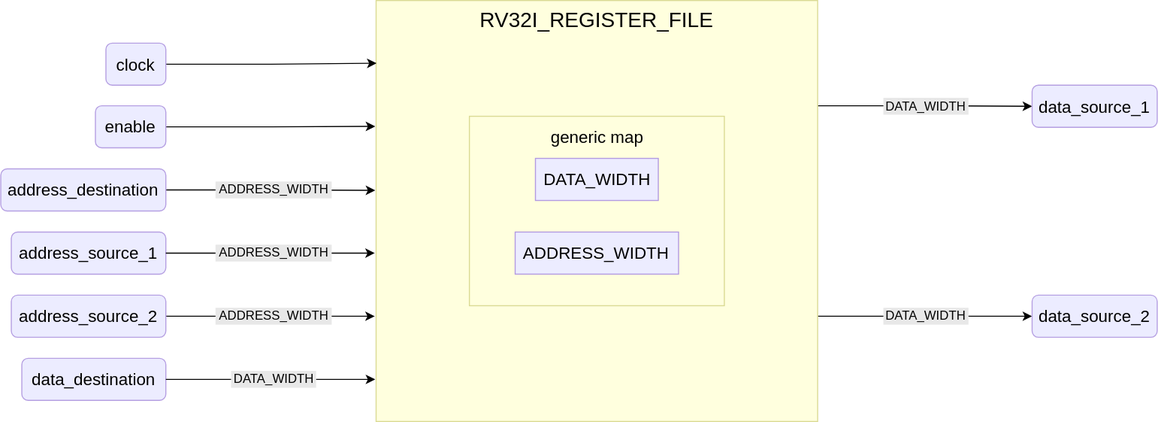
The draw.io diagram docs/public/images/reference/report_components/rv32i_register_file.drawio.svg in insper-riscv/core, before a commit. Source tidied: cells renumbered, new cells last; positions are measured from the earlier drawing's top-left corner, leaving out a move shared by most shapes.
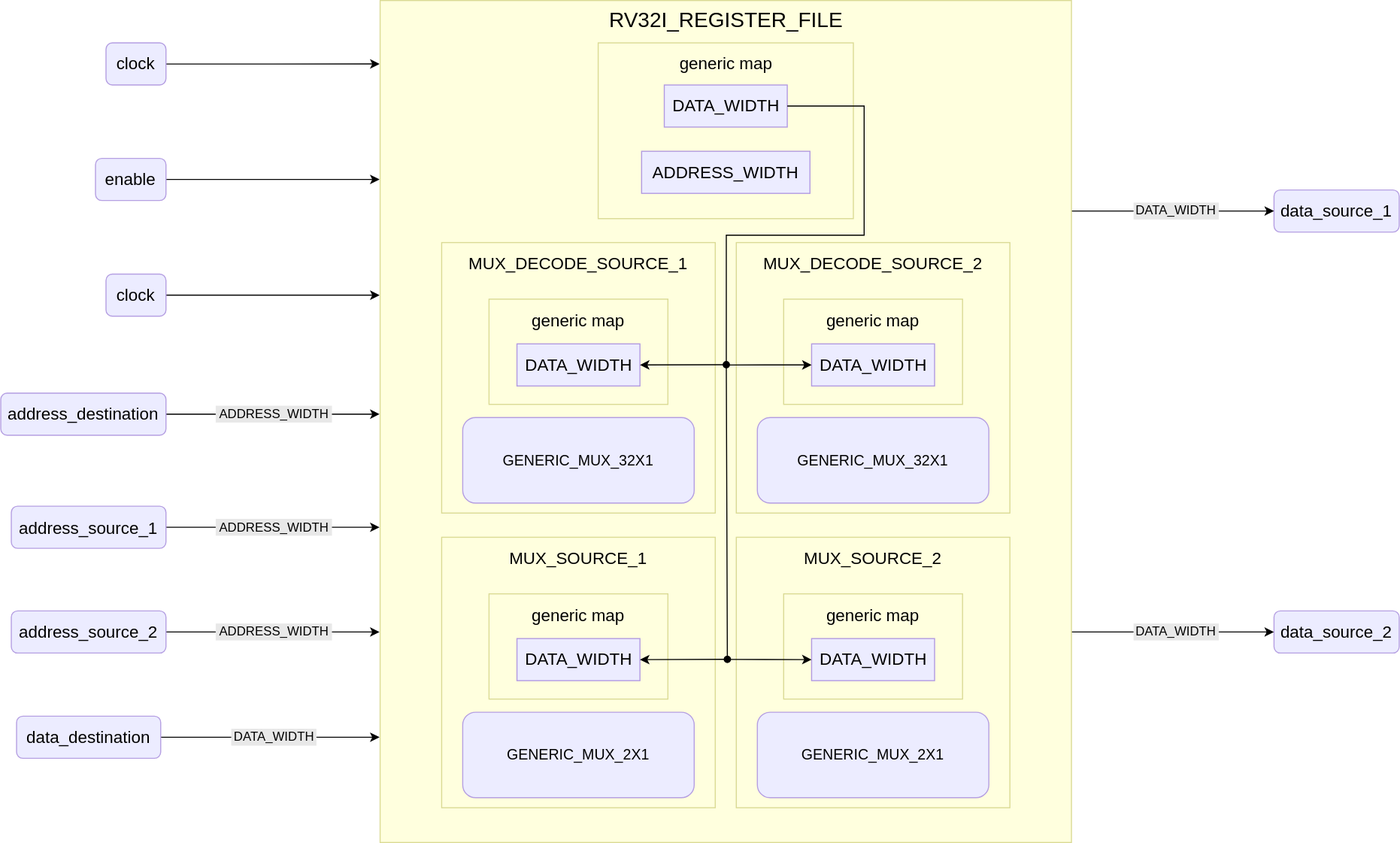
The same file after the commit.

Diff of the diagram source:
```diff
@@ -2,83 +2,179 @@
   <root>
     <mxCell id="0" />
     <mxCell id="1" parent="0" />
-    <mxCell id="2" style="edgeStyle=orthogonalEdgeStyle;rounded=0;jettySize=auto;html=1;entryX=0;entryY=0.5;entryDx=0;entryDy=0;exitX=1;exitY=0.25;exitDx=0;exitDy=0;" parent="1" edge="1" source="4" target="11">
-      <mxGeometry relative="1" as="geometry" />
-    </mxCell>
-    <mxCell id="3" style="edgeStyle=orthogonalEdgeStyle;rounded=0;jettySize=auto;html=1;entryX=0;entryY=0.5;entryDx=0;entryDy=0;exitX=1;exitY=0.75;exitDx=0;exitDy=0;" parent="1" edge="1" source="4" target="26">
-      <mxGeometry relative="1" as="geometry" />
-    </mxCell>
-    <mxCell id="4" value="RV32I_REGISTER_FILE" style="rounded=0;whiteSpace=wrap;html=1;fillColor=#ffffde;strokeColor=#dada94;verticalAlign=top;fontSize=20;" parent="1" vertex="1">
-      <mxGeometry x="357" width="420" height="400" as="geometry" />
-    </mxCell>
-    <mxCell id="5" value="&lt;span style=&quot;font-size: 16px;&quot;&gt;generic map&lt;/span&gt;" style="rounded=0;whiteSpace=wrap;html=1;fillColor=#ffffde;strokeColor=#dada94;verticalAlign=top;fontSize=20;" parent="1" vertex="1">
-      <mxGeometry x="445.8" y="110" width="242.5" height="180" as="geometry" />
-    </mxCell>
-    <mxCell id="6" value="DATA_WIDTH" style="rounded=0;whiteSpace=wrap;html=1;fillColor=#ececff;strokeColor=#b29ae1;fontSize=16;" parent="1" vertex="1">
-      <mxGeometry x="508.6" y="150" width="116.9" height="40" as="geometry" />
-    </mxCell>
-    <mxCell id="7" style="edgeStyle=orthogonalEdgeStyle;rounded=0;jettySize=auto;html=1;entryX=0.001;entryY=0.149;entryDx=0;entryDy=0;strokeWidth=1;entryPerimeter=0;" parent="1" edge="1" source="8" target="4">
-      <mxGeometry relative="1" as="geometry" />
-    </mxCell>
+    <mxCell id="28" style="edgeStyle=orthogonalEdgeStyle;rounded=0;jettySize=auto;html=1;" parent="1" edge="1" source="8">
+      <mxGeometry relative="1" as="geometry">
+        <mxPoint x="250" y="860.2" as="targetPoint" />
+      </mxGeometry>
+    </mxCell>
     <mxCell id="8" value="clock" style="rounded=1;whiteSpace=wrap;html=1;fillColor=#ececff;strokeColor=#b59fe2;fontSize=16;" parent="1" vertex="1">
-      <mxGeometry x="100" y="40.5" width="57" height="40" as="geometry" />
+      <mxGeometry x="-10" y="840.2" width="57" height="40" as="geometry" />
     </mxCell>
-    <mxCell id="9" style="edgeStyle=orthogonalEdgeStyle;rounded=0;jettySize=auto;html=1;entryX=-0.002;entryY=0.299;entryDx=0;entryDy=0;entryPerimeter=0;" parent="1" edge="1" source="10" target="4">
-      <mxGeometry relative="1" as="geometry" />
-    </mxCell>
+    <mxCell id="29" style="edgeStyle=orthogonalEdgeStyle;rounded=0;jettySize=auto;html=1;" parent="1" edge="1" source="10">
+      <mxGeometry relative="1" as="geometry">
+        <mxPoint x="250" y="970" as="targetPoint" />
+      </mxGeometry>
+    </mxCell>
     <mxCell id="10" value="enable" style="rounded=1;whiteSpace=wrap;html=1;fillColor=#ececff;strokeColor=#b59fe2;fontSize=16;" parent="1" vertex="1">
-      <mxGeometry x="90" y="100" width="67" height="40" as="geometry" />
+      <mxGeometry x="-20" y="950" width="67" height="40" as="geometry" />
     </mxCell>
     <mxCell id="11" value="data_source_1" style="rounded=1;whiteSpace=wrap;html=1;fillColor=#ececff;strokeColor=#b59fe2;fontSize=16;" parent="1" vertex="1">
-      <mxGeometry x="981" y="80.5" width="119" height="40" as="geometry" />
+      <mxGeometry x="1100" y="980" width="119" height="40" as="geometry" />
     </mxCell>
-    <mxCell id="12" value="DATA_WIDTH" style="rounded=0;whiteSpace=wrap;html=1;fillColor=#e8e8e8;strokeColor=#e8e8e8;" parent="1" vertex="1">
-      <mxGeometry x="840" y="93" width="80" height="15" as="geometry" />
-    </mxCell>
-    <mxCell id="13" style="edgeStyle=orthogonalEdgeStyle;rounded=0;jettySize=auto;html=1;entryX=-0.002;entryY=0.451;entryDx=0;entryDy=0;entryPerimeter=0;" parent="1" edge="1" source="14" target="4">
-      <mxGeometry relative="1" as="geometry" />
-    </mxCell>
+    <mxCell id="30" style="edgeStyle=orthogonalEdgeStyle;rounded=0;jettySize=auto;html=1;" parent="1" edge="1" source="14">
+      <mxGeometry relative="1" as="geometry">
+        <mxPoint x="250" y="1193" as="targetPoint" />
+      </mxGeometry>
+    </mxCell>
     <mxCell id="14" value="address_destination" style="rounded=1;whiteSpace=wrap;html=1;fillColor=#ececff;strokeColor=#b59fe2;fontSize=16;" parent="1" vertex="1">
-      <mxGeometry y="160" width="157" height="40" as="geometry" />
+      <mxGeometry x="-110" y="1173" width="157" height="40" as="geometry" />
     </mxCell>
-    <mxCell id="15" value="ADDRESS_WIDTH" style="rounded=0;whiteSpace=wrap;html=1;fillColor=#ececff;strokeColor=#b29ae1;fontSize=16;" parent="1" vertex="1">
-      <mxGeometry x="489.3" y="220" width="155.4" height="40" as="geometry" />
-    </mxCell>
+    <mxCell id="31" style="edgeStyle=orthogonalEdgeStyle;rounded=0;jettySize=auto;html=1;" parent="1" edge="1" source="16">
+      <mxGeometry relative="1" as="geometry">
+        <mxPoint x="250" y="1300.5" as="targetPoint" />
+      </mxGeometry>
+    </mxCell>
     <mxCell id="16" value="address_source_1" style="rounded=1;whiteSpace=wrap;html=1;fillColor=#ececff;strokeColor=#b59fe2;fontSize=16;" parent="1" vertex="1">
-      <mxGeometry x="10" y="220" width="147" height="40" as="geometry" />
+      <mxGeometry x="-100" y="1280.5" width="147" height="40" as="geometry" />
     </mxCell>
-    <mxCell id="17" style="edgeStyle=orthogonalEdgeStyle;rounded=0;jettySize=auto;html=1;entryX=-0.003;entryY=0.6;entryDx=0;entryDy=0;entryPerimeter=0;" parent="1" edge="1" source="16" target="4">
-      <mxGeometry relative="1" as="geometry" />
-    </mxCell>
-    <mxCell id="18" style="edgeStyle=orthogonalEdgeStyle;rounded=0;jettySize=auto;html=1;entryX=-0.003;entryY=0.75;entryDx=0;entryDy=0;entryPerimeter=0;" parent="1" edge="1" source="19" target="4">
-      <mxGeometry relative="1" as="geometry" />
-    </mxCell>
+    <mxCell id="32" style="edgeStyle=orthogonalEdgeStyle;rounded=0;jettySize=auto;html=1;" parent="1" edge="1" source="19">
+      <mxGeometry relative="1" as="geometry">
+        <mxPoint x="250" y="1400" as="targetPoint" />
+      </mxGeometry>
+    </mxCell>
     <mxCell id="19" value="address_source_2" style="rounded=1;whiteSpace=wrap;html=1;fillColor=#ececff;strokeColor=#b59fe2;fontSize=16;" parent="1" vertex="1">
-      <mxGeometry x="10" y="280" width="147" height="40" as="geometry" />
+      <mxGeometry x="-100" y="1380" width="147" height="40" as="geometry" />
     </mxCell>
+    <mxCell id="33" style="edgeStyle=orthogonalEdgeStyle;rounded=0;jettySize=auto;html=1;" parent="1" edge="1" source="20">
+      <mxGeometry relative="1" as="geometry">
+        <mxPoint x="250" y="1500" as="targetPoint" />
+      </mxGeometry>
+    </mxCell>
     <mxCell id="20" value="data_destination" style="rounded=1;whiteSpace=wrap;html=1;fillColor=#ececff;strokeColor=#b59fe2;fontSize=16;" parent="1" vertex="1">
-      <mxGeometry x="20" y="340" width="137" height="40" as="geometry" />
+      <mxGeometry x="-95" y="1480" width="137" height="40" as="geometry" />
     </mxCell>
-    <mxCell id="21" style="edgeStyle=orthogonalEdgeStyle;rounded=0;jettySize=auto;html=1;entryX=-0.002;entryY=0.9;entryDx=0;entryDy=0;entryPerimeter=0;" parent="1" edge="1" source="20" target="4">
-      <mxGeometry relative="1" as="geometry" />
-    </mxCell>
+    <mxCell id="26" value="data_source_2" style="rounded=1;whiteSpace=wrap;html=1;fillColor=#ececff;strokeColor=#b59fe2;fontSize=16;" parent="1" vertex="1">
+      <mxGeometry x="1100" y="1380" width="119" height="40" as="geometry" />
+    </mxCell>
+    <mxCell id="34" style="edgeStyle=orthogonalEdgeStyle;rounded=0;jettySize=auto;html=1;" parent="1" edge="1" source="35">
+      <mxGeometry relative="1" as="geometry">
+        <mxPoint x="250" y="1080" as="targetPoint" />
+      </mxGeometry>
+    </mxCell>
+    <mxCell id="35" value="clock" style="rounded=1;whiteSpace=wrap;html=1;fillColor=#ececff;strokeColor=#b59fe2;fontSize=16;" parent="1" vertex="1">
+      <mxGeometry x="-10" y="1060" width="57" height="40" as="geometry" />
+    </mxCell>
     <mxCell id="22" value="DATA_WIDTH" style="rounded=0;whiteSpace=wrap;html=1;fillColor=#e8e8e8;strokeColor=#e8e8e8;" parent="1" vertex="1">
-      <mxGeometry x="219.5" y="352.5" width="80" height="15" as="geometry" />
+      <mxGeometry x="109.5" y="1492.5" width="80" height="15" as="geometry" />
     </mxCell>
     <mxCell id="23" value="ADDRESS_WIDTH" style="rounded=0;whiteSpace=wrap;html=1;fillColor=#e8e8e8;strokeColor=#e8e8e8;" parent="1" vertex="1">
-      <mxGeometry x="204.8" y="292.5" width="109.5" height="15" as="geometry" />
+      <mxGeometry x="94.8" y="1392.5" width="109.5" height="15" as="geometry" />
     </mxCell>
     <mxCell id="24" value="ADDRESS_WIDTH" style="rounded=0;whiteSpace=wrap;html=1;fillColor=#e8e8e8;strokeColor=#e8e8e8;" parent="1" vertex="1">
-      <mxGeometry x="204.8" y="232.5" width="109.5" height="15" as="geometry" />
+      <mxGeometry x="94.8" y="1293" width="109.5" height="15" as="geometry" />
     </mxCell>
     <mxCell id="25" value="ADDRESS_WIDTH" style="rounded=0;whiteSpace=wrap;html=1;fillColor=#e8e8e8;strokeColor=#e8e8e8;" parent="1" vertex="1">
-      <mxGeometry x="204.8" y="172.5" width="109.5" height="15" as="geometry" />
+      <mxGeometry x="94.8" y="1185.5" width="109.5" height="15" as="geometry" />
     </mxCell>
-    <mxCell id="26" value="data_source_2" style="rounded=1;whiteSpace=wrap;html=1;fillColor=#ececff;strokeColor=#b59fe2;fontSize=16;" parent="1" vertex="1">
-      <mxGeometry x="981" y="280" width="119" height="40" as="geometry" />
-    </mxCell>
+    <mxCell id="2" style="edgeStyle=orthogonalEdgeStyle;rounded=0;jettySize=auto;html=1;exitX=1;exitY=0.25;exitDx=0;exitDy=0;entryX=0;entryY=0.5;entryDx=0;entryDy=0;" parent="1" edge="1" source="4" target="11">
+      <mxGeometry relative="1" as="geometry" />
+    </mxCell>
+    <mxCell id="3" style="edgeStyle=orthogonalEdgeStyle;rounded=0;jettySize=auto;html=1;exitX=1;exitY=0.75;exitDx=0;exitDy=0;entryX=0;entryY=0.5;entryDx=0;entryDy=0;" parent="1" edge="1" source="4" target="26">
+      <mxGeometry relative="1" as="geometry" />
+    </mxCell>
+    <mxCell id="4" value="RV32I_REGISTER_FILE" style="rounded=0;whiteSpace=wrap;html=1;fillColor=#ffffde;strokeColor=#dada94;verticalAlign=top;fontSize=20;" parent="1" vertex="1">
+      <mxGeometry x="250.5" y="800" width="657" height="800" as="geometry" />
+    </mxCell>
+    <mxCell id="36" value="&lt;span style=&quot;font-size: 16px;&quot;&gt;generic map&lt;/span&gt;" style="rounded=0;whiteSpace=wrap;html=1;fillColor=#ffffde;strokeColor=#dada94;verticalAlign=top;fontSize=20;" parent="1" vertex="1">
+      <mxGeometry x="457.8" y="840.2" width="242.5" height="167" as="geometry" />
+    </mxCell>
+    <mxCell id="37" value="DATA_WIDTH" style="rounded=0;whiteSpace=wrap;html=1;fillColor=#ececff;strokeColor=#b29ae1;fontSize=16;" parent="1" vertex="1">
+      <mxGeometry x="520.6" y="880.2" width="116.9" height="40" as="geometry" />
+    </mxCell>
+    <mxCell id="15" value="ADDRESS_WIDTH" style="rounded=0;whiteSpace=wrap;html=1;fillColor=#ececff;strokeColor=#b29ae1;fontSize=16;" parent="1" vertex="1">
+      <mxGeometry x="499" y="943.2" width="160" height="40" as="geometry" />
+    </mxCell>
+    <mxCell id="38" value="&lt;span style=&quot;font-size: 16px;&quot;&gt;MUX_DECODE_SOURCE_1&lt;/span&gt;" style="rounded=0;whiteSpace=wrap;html=1;fillColor=#ffffde;strokeColor=#dada94;verticalAlign=top;fontSize=20;" parent="1" vertex="1">
+      <mxGeometry x="309" y="1030" width="260" height="257" as="geometry" />
+    </mxCell>
+    <mxCell id="39" value="GENERIC_MUX_32X1" style="rounded=1;whiteSpace=wrap;html=1;fillColor=#ececff;strokeColor=#b59fe2;fontSize=14;" parent="1" vertex="1">
+      <mxGeometry x="329" y="1196.2" width="220" height="81.2" as="geometry" />
+    </mxCell>
+    <mxCell id="40" value="&lt;span style=&quot;font-size: 16px;&quot;&gt;generic map&lt;/span&gt;" style="rounded=0;whiteSpace=wrap;html=1;fillColor=#ffffde;strokeColor=#dada94;verticalAlign=top;fontSize=20;" parent="1" vertex="1">
+      <mxGeometry x="354" y="1083.8" width="170" height="100" as="geometry" />
+    </mxCell>
+    <mxCell id="41" value="DATA_WIDTH" style="rounded=0;whiteSpace=wrap;html=1;fillColor=#ececff;strokeColor=#b29ae1;fontSize=16;" parent="1" vertex="1">
+      <mxGeometry x="380.6" y="1126.2" width="116.9" height="40" as="geometry" />
+    </mxCell>
+    <mxCell id="42" value="&lt;span style=&quot;font-size: 16px;&quot;&gt;MUX_DECODE_SOURCE_2&lt;/span&gt;" style="rounded=0;whiteSpace=wrap;html=1;fillColor=#ffffde;strokeColor=#dada94;verticalAlign=top;fontSize=20;" parent="1" vertex="1">
+      <mxGeometry x="589" y="1030" width="260" height="257" as="geometry" />
+    </mxCell>
+    <mxCell id="43" value="GENERIC_MUX_32X1" style="rounded=1;whiteSpace=wrap;html=1;fillColor=#ececff;strokeColor=#b59fe2;fontSize=14;" parent="1" vertex="1">
+      <mxGeometry x="609" y="1196.2" width="220" height="81.2" as="geometry" />
+    </mxCell>
+    <mxCell id="44" value="&lt;span style=&quot;font-size: 16px;&quot;&gt;generic map&lt;/span&gt;" style="rounded=0;whiteSpace=wrap;html=1;fillColor=#ffffde;strokeColor=#dada94;verticalAlign=top;fontSize=20;" parent="1" vertex="1">
+      <mxGeometry x="634" y="1083.8" width="170" height="100" as="geometry" />
+    </mxCell>
+    <mxCell id="45" value="DATA_WIDTH" style="rounded=0;whiteSpace=wrap;html=1;fillColor=#ececff;strokeColor=#b29ae1;fontSize=16;" parent="1" vertex="1">
+      <mxGeometry x="660.6" y="1126.2" width="116.9" height="40" as="geometry" />
+    </mxCell>
+    <mxCell id="46" value="&lt;span style=&quot;font-size: 16px;&quot;&gt;MUX_SOURCE_1&lt;/span&gt;" style="rounded=0;whiteSpace=wrap;html=1;fillColor=#ffffde;strokeColor=#dada94;verticalAlign=top;fontSize=20;" parent="1" vertex="1">
+      <mxGeometry x="309" y="1310" width="260" height="257" as="geometry" />
+    </mxCell>
+    <mxCell id="47" value="GENERIC_MUX_2X1" style="rounded=1;whiteSpace=wrap;html=1;fillColor=#ececff;strokeColor=#b59fe2;fontSize=14;" parent="1" vertex="1">
+      <mxGeometry x="329" y="1476.2" width="220" height="81.2" as="geometry" />
+    </mxCell>
+    <mxCell id="48" value="&lt;span style=&quot;font-size: 16px;&quot;&gt;generic map&lt;/span&gt;" style="rounded=0;whiteSpace=wrap;html=1;fillColor=#ffffde;strokeColor=#dada94;verticalAlign=top;fontSize=20;" parent="1" vertex="1">
+      <mxGeometry x="354" y="1363.8" width="170" height="100" as="geometry" />
+    </mxCell>
+    <mxCell id="49" value="DATA_WIDTH" style="rounded=0;whiteSpace=wrap;html=1;fillColor=#ececff;strokeColor=#b29ae1;fontSize=16;" parent="1" vertex="1">
+      <mxGeometry x="380.6" y="1406.2" width="116.9" height="40" as="geometry" />
+    </mxCell>
+    <mxCell id="50" value="&lt;span style=&quot;font-size: 16px;&quot;&gt;MUX_SOURCE_2&lt;/span&gt;" style="rounded=0;whiteSpace=wrap;html=1;fillColor=#ffffde;strokeColor=#dada94;verticalAlign=top;fontSize=20;" parent="1" vertex="1">
+      <mxGeometry x="589" y="1310" width="260" height="257" as="geometry" />
+    </mxCell>
+    <mxCell id="51" value="GENERIC_MUX_2X1" style="rounded=1;whiteSpace=wrap;html=1;fillColor=#ececff;strokeColor=#b59fe2;fontSize=14;" parent="1" vertex="1">
+      <mxGeometry x="609" y="1476.2" width="220" height="81.2" as="geometry" />
+    </mxCell>
+    <mxCell id="52" value="&lt;span style=&quot;font-size: 16px;&quot;&gt;generic map&lt;/span&gt;" style="rounded=0;whiteSpace=wrap;html=1;fillColor=#ffffde;strokeColor=#dada94;verticalAlign=top;fontSize=20;" parent="1" vertex="1">
+      <mxGeometry x="634" y="1363.8" width="170" height="100" as="geometry" />
+    </mxCell>
+    <mxCell id="53" value="DATA_WIDTH" style="rounded=0;whiteSpace=wrap;html=1;fillColor=#ececff;strokeColor=#b29ae1;fontSize=16;" parent="1" vertex="1">
+      <mxGeometry x="660.6" y="1406.2" width="116.9" height="40" as="geometry" />
+    </mxCell>
+    <mxCell id="54" style="edgeStyle=orthogonalEdgeStyle;rounded=0;jettySize=auto;html=1;entryX=0;entryY=0.5;entryDx=0;entryDy=0;" parent="1" edge="1" source="37" target="45">
+      <mxGeometry relative="1" as="geometry">
+        <Array as="points">
+          <mxPoint x="710.5" y="900" />
+          <mxPoint x="710.5" y="1023" />
+          <mxPoint x="579.5" y="1023" />
+          <mxPoint x="579.5" y="1146" />
+        </Array>
+      </mxGeometry>
+    </mxCell>
+    <mxCell id="55" style="endArrow=classic;html=1;rounded=0;startArrow=oval;startFill=1;entryX=1;entryY=0.5;entryDx=0;entryDy=0;" parent="1" edge="1" target="41">
+      <mxGeometry relative="1" as="geometry">
+        <mxPoint x="579.5" y="1146" as="sourcePoint" />
+      </mxGeometry>
+    </mxCell>
+    <mxCell id="56" style="endArrow=classic;html=1;rounded=0;entryX=0;entryY=0.5;entryDx=0;entryDy=0;" parent="1" edge="1" target="53">
+      <mxGeometry relative="1" as="geometry">
+        <mxPoint x="579.5" y="1146" as="sourcePoint" />
+        <Array as="points">
+          <mxPoint x="580.5" y="1426" />
+        </Array>
+      </mxGeometry>
+    </mxCell>
+    <mxCell id="57" style="endArrow=classic;html=1;rounded=0;startArrow=oval;startFill=1;entryX=1;entryY=0.5;entryDx=0;entryDy=0;" parent="1" edge="1" target="49">
+      <mxGeometry relative="1" as="geometry">
+        <mxPoint x="580.5" y="1426" as="sourcePoint" />
+      </mxGeometry>
+    </mxCell>
+    <mxCell id="12" value="DATA_WIDTH" style="rounded=0;whiteSpace=wrap;html=1;fillColor=#e8e8e8;strokeColor=#e8e8e8;" parent="1" vertex="1">
+      <mxGeometry x="967" y="992.5" width="80" height="15" as="geometry" />
+    </mxCell>
     <mxCell id="27" value="DATA_WIDTH" style="rounded=0;whiteSpace=wrap;html=1;fillColor=#e8e8e8;strokeColor=#e8e8e8;" parent="1" vertex="1">
-      <mxGeometry x="840" y="292.5" width="80" height="15" as="geometry" />
+      <mxGeometry x="967" y="1392.5" width="80" height="15" as="geometry" />
     </mxCell>
   </root>
 </mxGraphModel>
```
